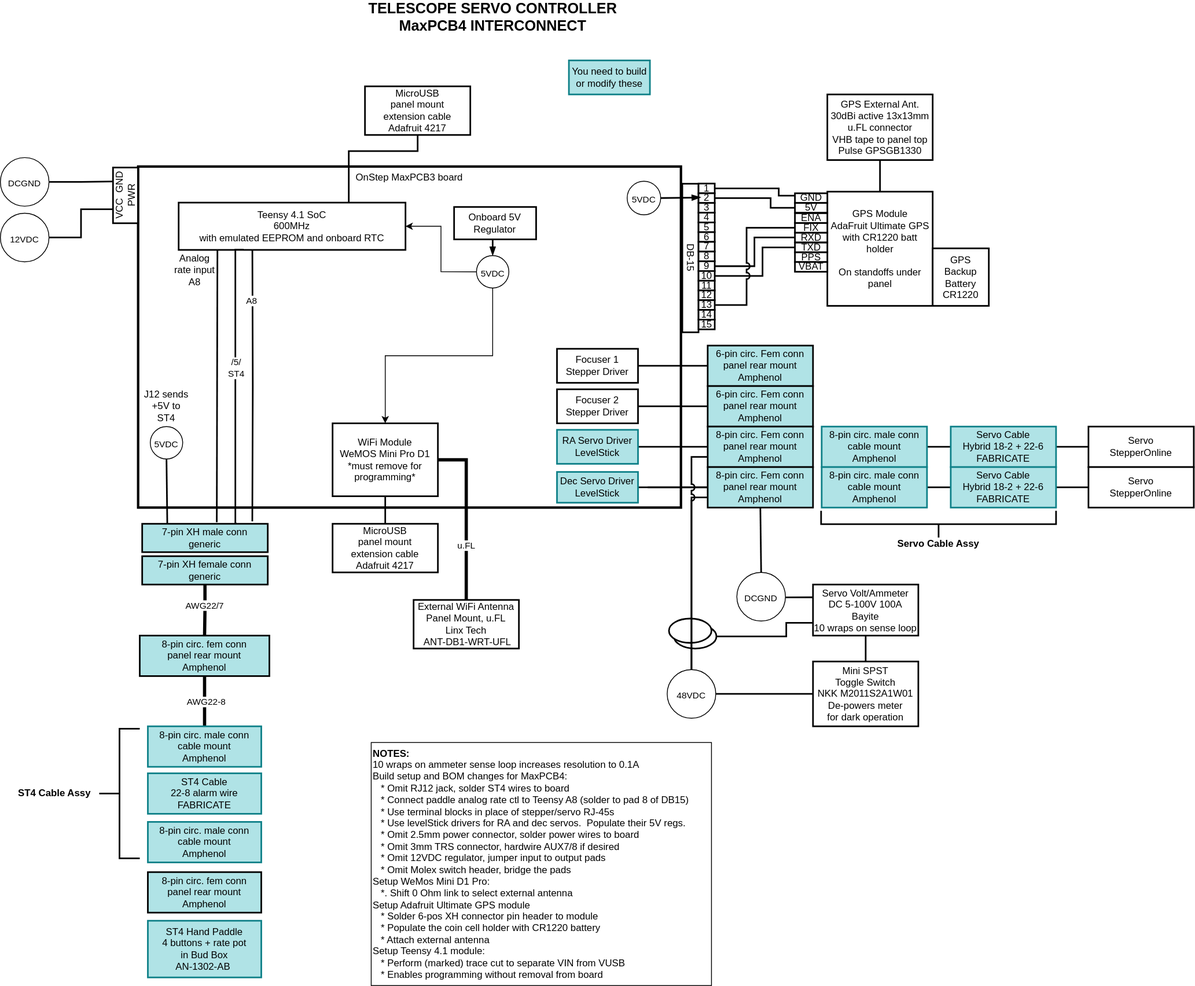
This is servo_controller/design_docs/servobox_maxpcb4_block.svg from dbcook/cave-servo, a draw.io export, as it was before one commit. Source tidied: cells renumbered, new cells last; positions are measured from the earlier drawing's top-left corner, leaving out a move shared by most shapes.
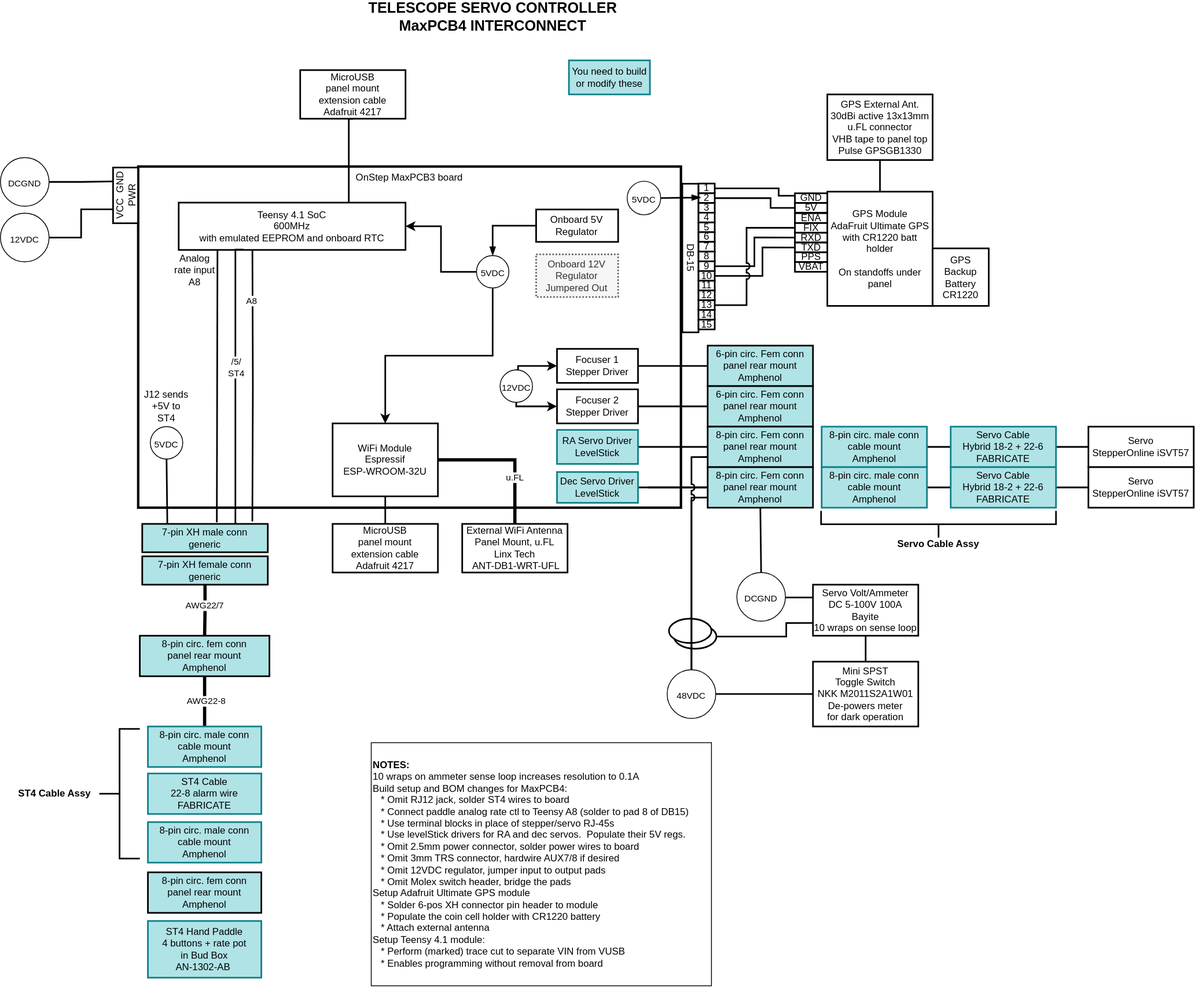
After the commit.

Commit message:
MaxPCB4 interconnect: update to match as-built

The edit, as a diff of the source:
```diff
@@ -28,7 +28,7 @@
     <mxCell id="8" value="DB-15" style="rounded=0;whiteSpace=wrap;html=1;strokeWidth=2;rotation=90;" parent="1" vertex="1">
       <mxGeometry x="760" y="301.9" width="183.4" height="20" as="geometry" />
     </mxCell>
-    <mxCell id="9" value="&lt;b&gt;NOTES:&lt;/b&gt;&lt;br&gt;10 wraps on ammeter sense loop increases resolution to 0.1A&lt;br&gt;Build setup and BOM changes for MaxPCB4:&lt;br&gt;&amp;nbsp; &amp;nbsp;* Omit RJ12 jack, solder ST4 wires to board&lt;br&gt;&amp;nbsp; &amp;nbsp;* Connect paddle analog rate ctl to Teensy A8 (solder to pad 8 of DB15)&lt;br&gt;&amp;nbsp; &amp;nbsp;* Use terminal blocks in place of stepper/servo RJ-45s&lt;br&gt;&amp;nbsp; &amp;nbsp;* Use levelStick drivers for RA and dec servos.&amp;nbsp; Populate their 5V regs.&lt;br&gt;&amp;nbsp; &amp;nbsp;* Omit 2.5mm power connector, solder power wires to board&lt;br&gt;&amp;nbsp; &amp;nbsp;* Omit 3mm TRS connector, hardwire AUX7/8 if desired&lt;br&gt;&amp;nbsp; &amp;nbsp;* Omit 12VDC regulator, jumper input to output pads&lt;br&gt;&amp;nbsp; &amp;nbsp;* Omit Molex switch header, bridge the pads&lt;br&gt;Setup WeMos Mini D1 Pro:&lt;br&gt;&amp;nbsp; &amp;nbsp;*. Shift 0 Ohm link to select external antenna&lt;br&gt;Setup Adafruit Ultimate GPS module&lt;br&gt;&amp;nbsp; &amp;nbsp;* Solder 6-pos XH connector pin header to module&lt;br&gt;&amp;nbsp; &amp;nbsp;* Populate the coin cell holder with CR1220 battery&lt;br&gt;&amp;nbsp; &amp;nbsp;* Attach external antenna&lt;br&gt;Setup Teensy 4.1 module:&lt;br&gt;&amp;nbsp; &amp;nbsp;* Perform (marked) trace cut to separate VIN from VUSB&lt;br&gt;&amp;nbsp; &amp;nbsp;* Enables programming without removal from board" style="text;html=1;strokeColor=default;fillColor=none;align=left;verticalAlign=middle;whiteSpace=wrap;rounded=0;perimeterSpacing=1;" parent="1" vertex="1">
+    <mxCell id="9" value="&lt;b&gt;NOTES:&lt;/b&gt;&lt;br&gt;10 wraps on ammeter sense loop increases resolution to 0.1A&lt;br&gt;Build setup and BOM changes for MaxPCB4:&lt;br&gt;&amp;nbsp; &amp;nbsp;* Omit RJ12 jack, solder ST4 wires to board&lt;br&gt;&amp;nbsp; &amp;nbsp;* Connect paddle analog rate ctl to Teensy A8 (solder to pad 8 of DB15)&lt;br&gt;&amp;nbsp; &amp;nbsp;* Use terminal blocks in place of stepper/servo RJ-45s&lt;br&gt;&amp;nbsp; &amp;nbsp;* Use levelStick drivers for RA and dec servos.&amp;nbsp; Populate their 5V regs.&lt;br&gt;&amp;nbsp; &amp;nbsp;* Omit 2.5mm power connector, solder power wires to board&lt;br&gt;&amp;nbsp; &amp;nbsp;* Omit 3mm TRS connector, hardwire AUX7/8 if desired&lt;br&gt;&amp;nbsp; &amp;nbsp;* Omit 12VDC regulator, jumper input to output pads&lt;br&gt;&amp;nbsp; &amp;nbsp;* Omit Molex switch header, bridge the pads&lt;br&gt;Setup Adafruit Ultimate GPS module&lt;br&gt;&amp;nbsp; &amp;nbsp;* Solder 6-pos XH connector pin header to module&lt;br&gt;&amp;nbsp; &amp;nbsp;* Populate the coin cell holder with CR1220 battery&lt;br&gt;&amp;nbsp; &amp;nbsp;* Attach external antenna&lt;br&gt;Setup Teensy 4.1 module:&lt;br&gt;&amp;nbsp; &amp;nbsp;* Perform (marked) trace cut to separate VIN from VUSB&lt;br&gt;&amp;nbsp; &amp;nbsp;* Enables programming without removal from board" style="text;html=1;strokeColor=default;fillColor=none;align=left;verticalAlign=middle;whiteSpace=wrap;rounded=0;perimeterSpacing=1;" parent="1" vertex="1">
       <mxGeometry x="457.7" y="910" width="420" height="300" as="geometry" />
     </mxCell>
     <mxCell id="10" style="endArrow=none;html=1;rounded=0;labelBackgroundColor=default;strokeColor=default;strokeWidth=2;fontFamily=Helvetica;fontSize=11;fontColor=default;shape=connector;jumpStyle=arc;edgeStyle=orthogonalEdgeStyle;entryX=0.25;entryY=0;entryDx=0;entryDy=0;exitX=1;exitY=0.5;exitDx=0;exitDy=0;" parent="1" edge="1" source="7" target="17">
@@ -64,7 +64,7 @@
     <mxCell id="20" value="u.FL" style="edgeLabel;html=1;align=center;verticalAlign=middle;rounded=0;" parent="19" vertex="1">
       <mxGeometry x="0.35" y="-1" relative="1" as="geometry" />
     </mxCell>
-    <mxCell id="21" value="WiFi Module&lt;br style=&quot;border-color: var(--border-color);&quot;&gt;WeMOS Mini Pro D1&lt;br&gt;*must remove for programming*" style="rounded=0;whiteSpace=wrap;html=1;strokeWidth=2;rotation=0;" parent="1" vertex="1">
+    <mxCell id="21" value="WiFi Module&lt;br style=&quot;border-color: var(--border-color);&quot;&gt;Espressif&lt;br&gt;ESP-WROOM-32U" style="rounded=0;whiteSpace=wrap;html=1;strokeWidth=2;rotation=0;" parent="1" vertex="1">
       <mxGeometry x="410" y="516" width="130" height="90" as="geometry" />
     </mxCell>
     <mxCell id="22" value="GPS Module&lt;br&gt;AdaFruit Ultimate GPS&lt;br&gt;with CR1220 batt&lt;br&gt;holder&lt;br&gt;&lt;br&gt;On standoffs under panel" style="rounded=0;whiteSpace=wrap;html=1;strokeWidth=2;rotation=0;" parent="1" vertex="1">
@@ -188,8 +188,7 @@
     <mxCell id="53" style="edgeStyle=orthogonalEdgeStyle;rounded=0;jumpStyle=arc;jettySize=auto;html=1;exitX=0.75;exitY=0;exitDx=0;exitDy=0;entryX=0.5;entryY=1;entryDx=0;entryDy=0;strokeWidth=2;endArrow=none;endFill=0;" parent="1" edge="1" source="56" target="101">
       <mxGeometry relative="1" as="geometry">
         <Array as="points">
-          <mxPoint x="430" y="180" />
-          <mxPoint x="515" y="180" />
+          <mxPoint x="430" y="140" />
         </Array>
       </mxGeometry>
     </mxCell>
@@ -259,10 +258,10 @@
     <mxCell id="73" value="8-pin circ. male conn&lt;br&gt;cable mount&lt;br&gt;Amphenol" style="rounded=0;whiteSpace=wrap;html=1;strokeWidth=2;rotation=0;fillColor=#b0e3e6;strokeColor=#0e8088;" parent="1" vertex="1">
       <mxGeometry x="1013.7" y="570" width="130" height="50" as="geometry" />
     </mxCell>
-    <mxCell id="74" value="Servo&lt;br&gt;StepperOnline" style="rounded=0;whiteSpace=wrap;html=1;strokeWidth=2;rotation=0;" parent="1" vertex="1">
+    <mxCell id="74" value="Servo&lt;br&gt;StepperOnline iSVT57" style="rounded=0;whiteSpace=wrap;html=1;strokeWidth=2;rotation=0;" parent="1" vertex="1">
       <mxGeometry x="1343" y="520" width="130" height="50" as="geometry" />
     </mxCell>
-    <mxCell id="75" value="Servo&lt;br&gt;StepperOnline" style="rounded=0;whiteSpace=wrap;html=1;strokeWidth=2;rotation=0;" parent="1" vertex="1">
+    <mxCell id="75" value="Servo&lt;br&gt;StepperOnline iSVT57" style="rounded=0;whiteSpace=wrap;html=1;strokeWidth=2;rotation=0;" parent="1" vertex="1">
       <mxGeometry x="1343" y="570" width="130" height="50" as="geometry" />
     </mxCell>
     <mxCell id="76" style="edgeStyle=orthogonalEdgeStyle;rounded=0;jumpStyle=arc;jettySize=auto;html=1;exitX=1;exitY=0.5;exitDx=0;exitDy=0;entryX=0;entryY=0.5;entryDx=0;entryDy=0;strokeWidth=2;endArrow=none;endFill=0;" parent="1" edge="1" source="77" target="65">
@@ -271,16 +270,16 @@
     <mxCell id="77" value="Focuser 2&lt;br&gt;Stepper Driver" style="rounded=0;whiteSpace=wrap;html=1;strokeWidth=2;rotation=0;" parent="1" vertex="1">
       <mxGeometry x="687" y="474" width="100" height="42" as="geometry" />
     </mxCell>
-    <mxCell id="78" style="edgeStyle=orthogonalEdgeStyle;rounded=0;jumpStyle=arc;jettySize=auto;html=1;exitX=0.5;exitY=1;exitDx=0;exitDy=0;entryX=0.5;entryY=0;entryDx=0;entryDy=0;strokeWidth=2;endArrow=blockThin;endFill=1;" parent="1" edge="1" source="79" target="82">
+    <mxCell id="78" style="edgeStyle=orthogonalEdgeStyle;rounded=0;jumpStyle=arc;jettySize=auto;html=1;exitX=0;exitY=0.5;exitDx=0;exitDy=0;entryX=0.5;entryY=0;entryDx=0;entryDy=0;strokeWidth=2;endArrow=blockThin;endFill=1;" parent="1" edge="1" source="79" target="82">
       <mxGeometry relative="1" as="geometry" />
     </mxCell>
     <mxCell id="79" value="Onboard 5V&lt;br&gt;Regulator" style="rounded=0;whiteSpace=wrap;html=1;strokeWidth=2;rotation=0;" parent="1" vertex="1">
-      <mxGeometry x="560" y="248.9" width="101.2" height="40" as="geometry" />
+      <mxGeometry x="661.2" y="252" width="101.2" height="40" as="geometry" />
     </mxCell>
-    <mxCell id="80" style="edgeStyle=orthogonalEdgeStyle;html=1;exitX=0;exitY=0.5;exitDx=0;exitDy=0;entryX=1;entryY=0.5;entryDx=0;entryDy=0;rounded=0;" parent="1" edge="1" source="82" target="56">
+    <mxCell id="80" style="edgeStyle=orthogonalEdgeStyle;html=1;exitX=0;exitY=0.5;exitDx=0;exitDy=0;entryX=1;entryY=0.5;entryDx=0;entryDy=0;rounded=0;strokeWidth=2;" parent="1" edge="1" source="82" target="56">
       <mxGeometry relative="1" as="geometry" />
     </mxCell>
-    <mxCell id="81" style="edgeStyle=orthogonalEdgeStyle;html=1;exitX=0.5;exitY=1;exitDx=0;exitDy=0;entryX=0.5;entryY=0;entryDx=0;entryDy=0;rounded=0;" parent="1" edge="1" source="82" target="21">
+    <mxCell id="81" style="edgeStyle=orthogonalEdgeStyle;html=1;exitX=0.5;exitY=1;exitDx=0;exitDy=0;entryX=0.5;entryY=0;entryDx=0;entryDy=0;rounded=0;strokeWidth=2;" parent="1" edge="1" source="82" target="21">
       <mxGeometry relative="1" as="geometry" />
     </mxCell>
     <mxCell id="82" value="&lt;font style=&quot;font-size: 11px;&quot;&gt;5VDC&lt;/font&gt;" style="ellipse;whiteSpace=wrap;html=1;fontFamily=Helvetica;fontSize=18;fontColor=default;rounded=0;" parent="1" vertex="1">
@@ -351,7 +350,7 @@
       <mxGeometry x="1003" y="810" width="130" height="80" as="geometry" />
     </mxCell>
     <mxCell id="101" value="MicroUSB&lt;br&gt;panel mount&lt;br&gt;extension cable&lt;br&gt;Adafruit 4217" style="rounded=0;whiteSpace=wrap;html=1;strokeWidth=2;rotation=0;" parent="1" vertex="1">
-      <mxGeometry x="450" y="100" width="130" height="60" as="geometry" />
+      <mxGeometry x="370" y="80" width="130" height="60" as="geometry" />
     </mxCell>
     <mxCell id="102" value="MicroUSB&lt;br&gt;panel mount&lt;br&gt;extension cable&lt;br&gt;Adafruit 4217" style="rounded=0;whiteSpace=wrap;html=1;strokeWidth=2;rotation=0;" parent="1" vertex="1">
       <mxGeometry x="410" y="640" width="130" height="60" as="geometry" />
@@ -408,7 +407,27 @@
       <mxGeometry x="175" y="680" width="155" height="35" as="geometry" />
     </mxCell>
     <mxCell id="120" value="External WiFi Antenna&lt;br&gt;Panel Mount, u.FL&lt;br&gt;Linx Tech&lt;br&gt;&amp;nbsp;ANT-DB1-WRT-UFL" style="rounded=0;whiteSpace=wrap;html=1;strokeWidth=2;rotation=0;" parent="1" vertex="1">
-      <mxGeometry x="510" y="734" width="130" height="60" as="geometry" />
+      <mxGeometry x="570" y="640" width="130" height="60" as="geometry" />
     </mxCell>
+    <mxCell id="121" value="Onboard 12V&lt;br&gt;Regulator&lt;br&gt;Jumpered Out" style="rounded=0;whiteSpace=wrap;html=1;strokeWidth=2;rotation=0;fillColor=#f5f5f5;fontColor=#333333;strokeColor=#666666;dashed=1;dashPattern=1 1;" parent="1" vertex="1">
+      <mxGeometry x="661.2" y="307.4" width="101.2" height="52.6" as="geometry" />
+    </mxCell>
+    <mxCell id="122" style="edgeStyle=orthogonalEdgeStyle;rounded=0;jettySize=auto;html=1;exitX=0.5;exitY=0;exitDx=0;exitDy=0;entryX=0;entryY=0.5;entryDx=0;entryDy=0;strokeWidth=2;" parent="1" edge="1" source="124" target="63">
+      <mxGeometry relative="1" as="geometry">
+        <Array as="points">
+          <mxPoint x="639" y="445" />
+        </Array>
+      </mxGeometry>
+    </mxCell>
+    <mxCell id="123" style="edgeStyle=orthogonalEdgeStyle;rounded=0;jettySize=auto;html=1;exitX=0.5;exitY=1;exitDx=0;exitDy=0;entryX=0;entryY=0.5;entryDx=0;entryDy=0;strokeWidth=2;" parent="1" edge="1" source="124" target="77">
+      <mxGeometry relative="1" as="geometry">
+        <Array as="points">
+          <mxPoint x="637" y="495" />
+        </Array>
+      </mxGeometry>
+    </mxCell>
+    <mxCell id="124" value="&lt;font style=&quot;font-size: 11px;&quot;&gt;12VDC&lt;/font&gt;" style="ellipse;whiteSpace=wrap;html=1;fontFamily=Helvetica;fontSize=18;fontColor=default;rounded=0;" parent="1" vertex="1">
+      <mxGeometry x="616.7" y="450" width="40" height="40" as="geometry" />
+    </mxCell>
   </root>
 </mxGraphModel>
```
